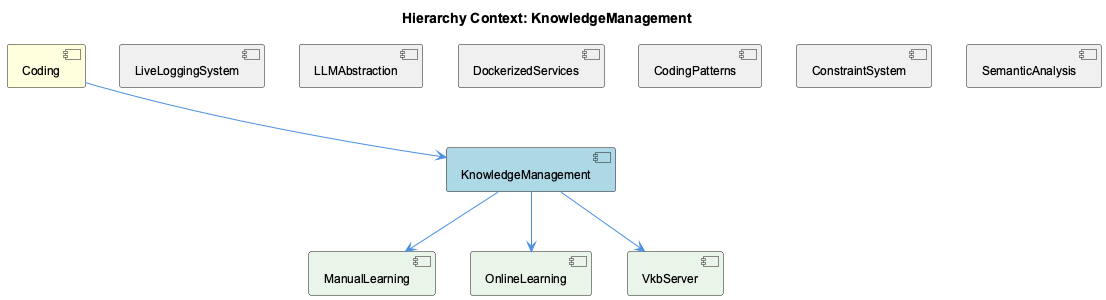
Above: knowledge-management/insights/images/knowledge-management-relationship.png in fwornle/coding (PlantUML), before the change.
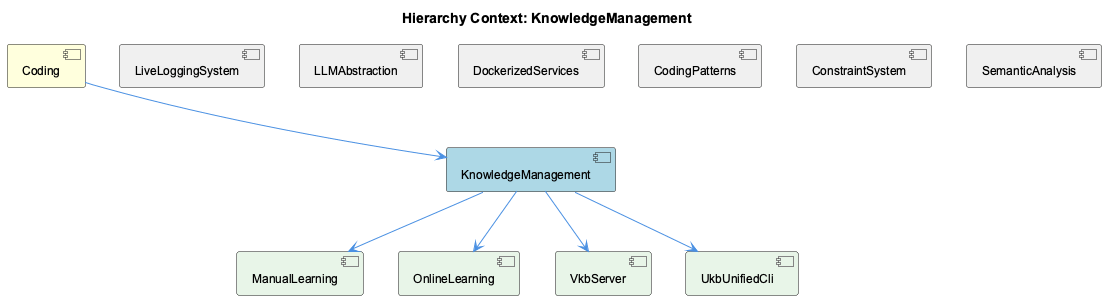
Above is the later version.

Change to the diagram source:
```diff
@@ -14,6 +14,7 @@
 [ManualLearning] as manual_learning #E8F5E8
 [OnlineLearning] as online_learning #E8F5E8
 [VkbServer] as vkb_server #E8F5E8
+[UkbUnifiedCli] as ukb_unified_cli #E8F5E8
 
 coding --> knowledge_management
 live_logging_system -[hidden]- knowledge_management
@@ -25,5 +26,6 @@
 knowledge_management --> manual_learning
 knowledge_management --> online_learning
 knowledge_management --> vkb_server
+knowledge_management --> ukb_unified_cli
 
 @enduml
```
